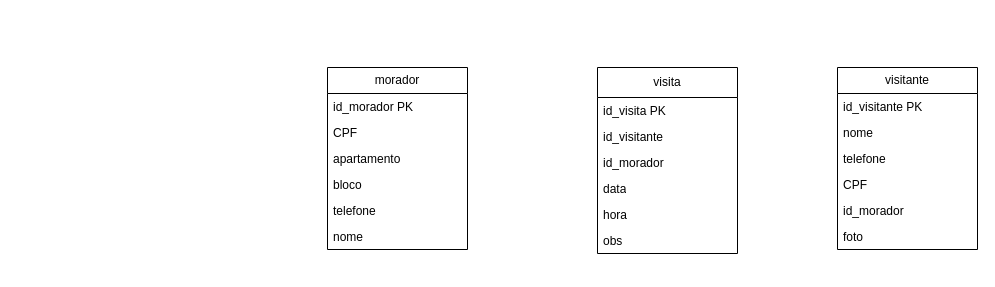
This is Diagrama UML 3.drawio from mrwire229/3ds, a draw.io file, before an edit. Source tidied: cells renumbered, new cells numbered last; positions are measured from the earlier drawing's top-left corner, leaving out a move shared by most shapes. Both pictures are drawn from the tidied source at 100%, with x=0, y=0 at pixel (327, 67).
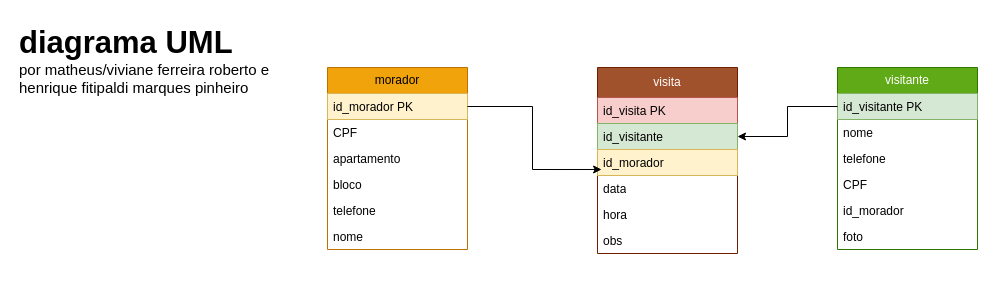
The same page after the edit.

Diff of the diagram source:
```diff
@@
-    <mxCell id="2" value="visita" style="swimlane;fontStyle=0;horizontal=1;startSize=30;fillColor=none;whiteSpace=wrap;html=1;" parent="1" vertex="1">
+    <mxCell id="2" value="visita" style="swimlane;fontStyle=0;horizontal=1;startSize=30;fillColor=#a0522d;whiteSpace=wrap;html=1;fontColor=#ffffff;strokeColor=#6D1F00;" parent="1" vertex="1">
       <mxGeometry x="270" width="140" height="186" as="geometry" />
     </mxCell>
-    <mxCell id="3" value="id_visita PK" style="text;strokeColor=none;fillColor=none;align=left;verticalAlign=top;spacingLeft=4;spacingRight=4;overflow=hidden;whiteSpace=wrap;html=1;" parent="2" vertex="1">
+    <mxCell id="3" value="id_visita PK" style="text;strokeColor=#b85450;fillColor=#f8cecc;align=left;verticalAlign=top;spacingLeft=4;spacingRight=4;overflow=hidden;whiteSpace=wrap;html=1;" parent="2" vertex="1">
       <mxGeometry y="30" width="140" height="26" as="geometry" />
     </mxCell>
-    <mxCell id="4" value="id_visitante" style="text;strokeColor=none;fillColor=none;align=left;verticalAlign=top;spacingLeft=4;spacingRight=4;overflow=hidden;points=[[0,0.5],[1,0.5]];portConstraint=eastwest;whiteSpace=wrap;html=1;" parent="2" vertex="1">
+    <mxCell id="4" value="id_visitante" style="text;strokeColor=#82b366;fillColor=#d5e8d4;align=left;verticalAlign=top;spacingLeft=4;spacingRight=4;overflow=hidden;points=[[0,0.5],[1,0.5]];portConstraint=eastwest;whiteSpace=wrap;html=1;" parent="2" vertex="1">
       <mxGeometry y="56" width="140" height="26" as="geometry" />
     </mxCell>
-    <mxCell id="5" value="id_morador" style="text;strokeColor=none;fillColor=none;align=left;verticalAlign=top;spacingLeft=4;spacingRight=4;overflow=hidden;points=[[0,0.5],[1,0.5]];portConstraint=eastwest;whiteSpace=wrap;html=1;" parent="2" vertex="1">
+    <mxCell id="5" value="id_morador" style="text;strokeColor=#d6b656;fillColor=#fff2cc;align=left;verticalAlign=top;spacingLeft=4;spacingRight=4;overflow=hidden;points=[[0,0.5],[1,0.5]];portConstraint=eastwest;whiteSpace=wrap;html=1;" parent="2" vertex="1">
       <mxGeometry y="82" width="140" height="26" as="geometry" />
     </mxCell>
@@
-    <mxCell id="9" value="visitante" style="swimlane;fontStyle=0;horizontal=1;startSize=26;fillColor=none;whiteSpace=wrap;html=1;" parent="1" vertex="1">
+    <mxCell id="9" value="visitante" style="swimlane;fontStyle=0;horizontal=1;startSize=26;fillColor=#60a917;whiteSpace=wrap;html=1;fontColor=#ffffff;strokeColor=#2D7600;" parent="1" vertex="1">
       <mxGeometry x="510" width="140" height="182" as="geometry" />
     </mxCell>
-    <mxCell id="10" value="id_visitante PK" style="text;strokeColor=none;fillColor=none;align=left;verticalAlign=top;spacingLeft=4;spacingRight=4;overflow=hidden;points=[[0,0.5],[1,0.5]];portConstraint=eastwest;whiteSpace=wrap;html=1;" parent="9" vertex="1">
+    <mxCell id="10" value="id_visitante PK" style="text;strokeColor=#82b366;fillColor=#d5e8d4;align=left;verticalAlign=top;spacingLeft=4;spacingRight=4;overflow=hidden;points=[[0,0.5],[1,0.5]];portConstraint=eastwest;whiteSpace=wrap;html=1;" parent="9" vertex="1">
       <mxGeometry y="26" width="140" height="26" as="geometry" />
     </mxCell>
@@
-    <mxCell id="16" value="morador" style="swimlane;fontStyle=0;horizontal=1;startSize=26;fillColor=none;whiteSpace=wrap;html=1;" parent="1" vertex="1">
+    <mxCell id="16" value="morador" style="swimlane;fontStyle=0;horizontal=1;startSize=26;fillColor=#f0a30a;whiteSpace=wrap;html=1;strokeColor=#BD7000;fontColor=#000000;" parent="1" vertex="1">
       <mxGeometry width="140" height="182" as="geometry" />
     </mxCell>
-    <mxCell id="17" value="id_morador PK" style="text;strokeColor=none;fillColor=none;align=left;verticalAlign=top;spacingLeft=4;spacingRight=4;overflow=hidden;points=[[0,0.5],[1,0.5]];portConstraint=eastwest;whiteSpace=wrap;html=1;" parent="16" vertex="1">
+    <mxCell id="17" value="id_morador PK" style="text;strokeColor=#d6b656;fillColor=#fff2cc;align=left;verticalAlign=top;spacingLeft=4;spacingRight=4;overflow=hidden;points=[[0,0.5],[1,0.5]];portConstraint=eastwest;whiteSpace=wrap;html=1;" parent="16" vertex="1">
       <mxGeometry y="26" width="140" height="26" as="geometry" />
     </mxCell>
@@
+    <mxCell id="23" style="edgeStyle=orthogonalEdgeStyle;rounded=0;jettySize=auto;html=1;exitX=1;exitY=0.5;exitDx=0;exitDy=0;entryX=0.029;entryY=0.769;entryDx=0;entryDy=0;entryPerimeter=0;" parent="1" edge="1" source="17" target="5">
+      <mxGeometry relative="1" as="geometry" />
+    </mxCell>
+    <mxCell id="24" style="edgeStyle=orthogonalEdgeStyle;rounded=0;jettySize=auto;html=1;exitX=0;exitY=0.5;exitDx=0;exitDy=0;entryX=1;entryY=0.5;entryDx=0;entryDy=0;" parent="1" edge="1" source="10" target="4">
+      <mxGeometry relative="1" as="geometry" />
+    </mxCell>
+    <mxCell id="25" value="&lt;font style=&quot;font-size: 31px;&quot;&gt;&lt;b&gt;diagrama UML&lt;/b&gt;&lt;/font&gt;&lt;div&gt;&lt;font style=&quot;font-size: 15px;&quot;&gt;por matheus/viviane ferreira roberto e henrique fitipaldi marques pinheiro&lt;/font&gt;&lt;/div&gt;" style="text;html=1;whiteSpace=wrap;overflow=hidden;rounded=0;strokeColor=none;" parent="1" vertex="1">
+      <mxGeometry x="-310" y="-50" width="260" height="250" as="geometry" />
+    </mxCell>
```
